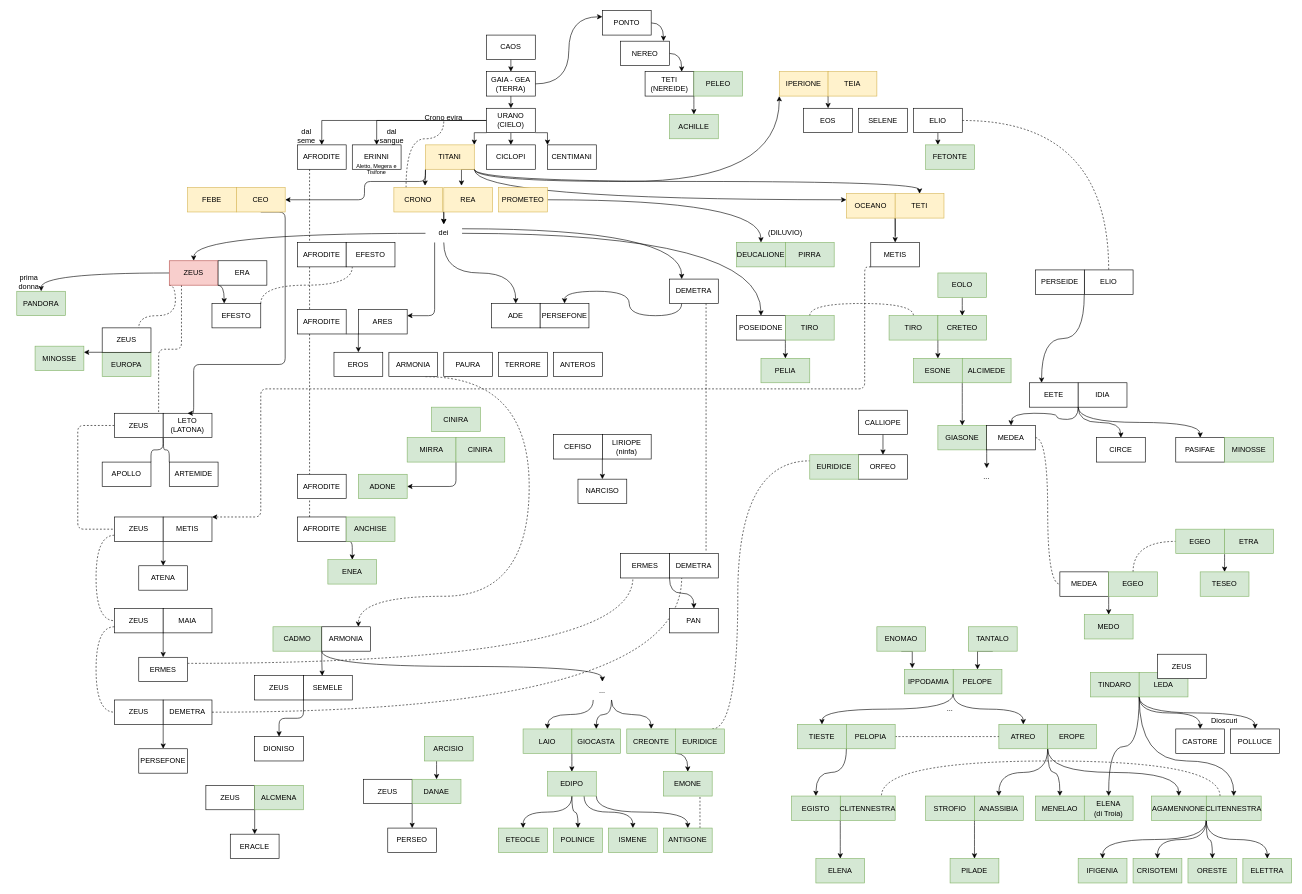
This is miti.drawio from tcaru/diagrams, a draw.io file, before an edit. Source tidied: cells renumbered, new cells numbered last; positions are measured from the earlier drawing's top-left corner, leaving out a move shared by most shapes. Both pictures are drawn from the tidied source at 61%, with x=0, y=0 at pixel (10, 10).
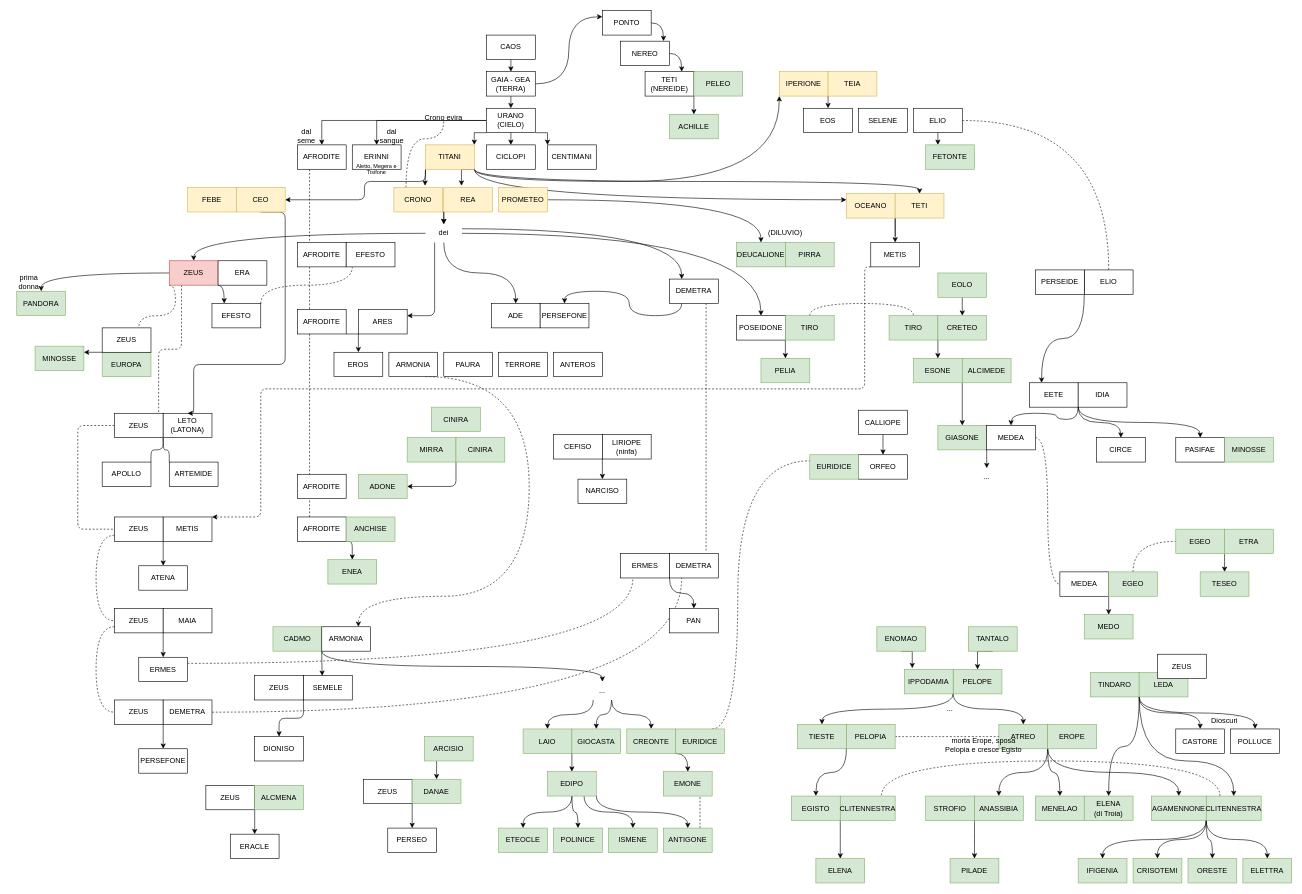
The same diagram, later.

What changed in the source:
```diff
@@
+    <mxCell id="278" value="morta Erope, sposa Pelopia e cresce Egisto" style="text;html=1;strokeColor=none;fillColor=none;align=center;verticalAlign=middle;whiteSpace=wrap;rounded=0;" parent="1" vertex="1">
+      <mxGeometry x="1520" y="1197.5" width="150" height="12.5" as="geometry" />
+    </mxCell>
```
